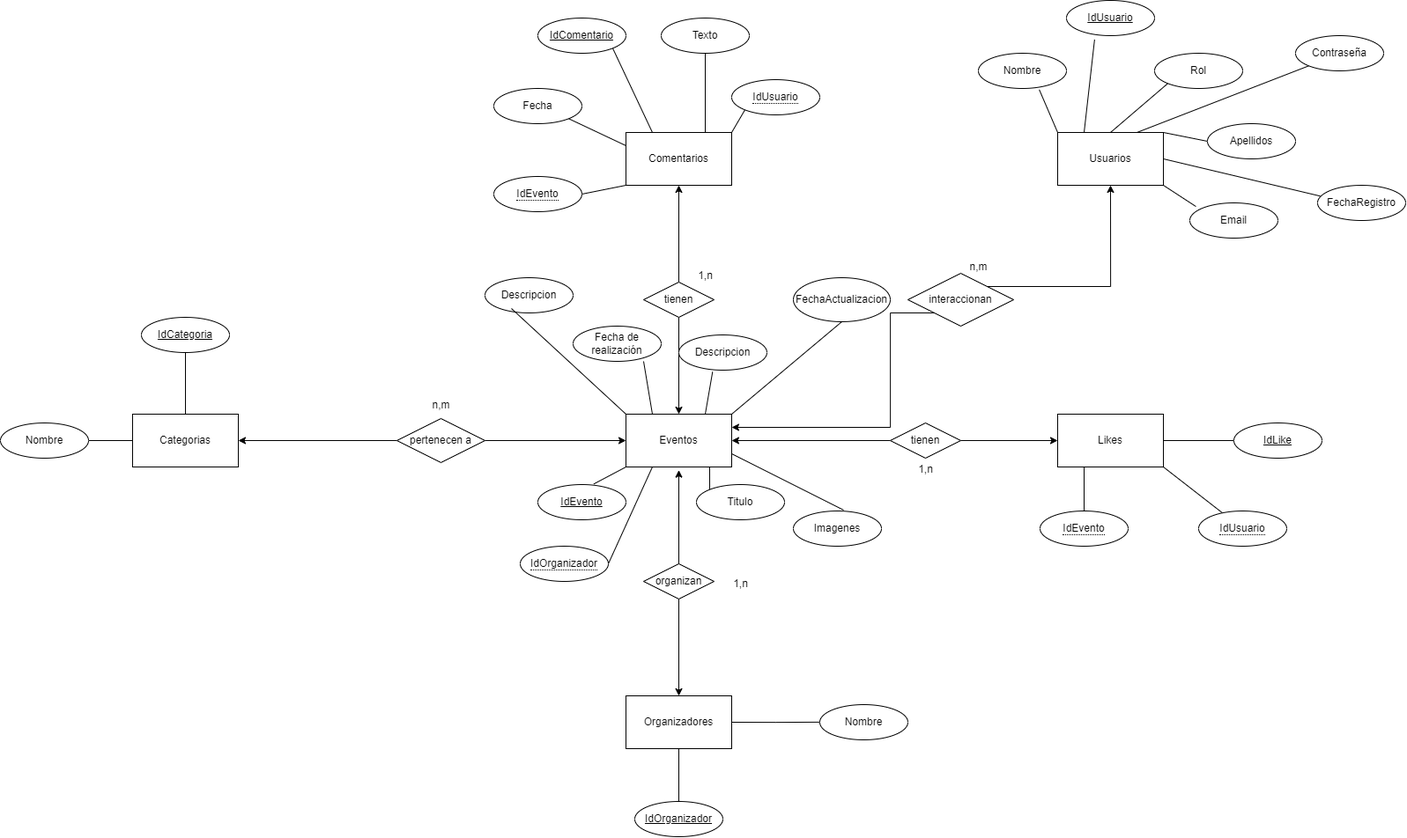
Before: BitFest.drawio.png, a diagram exported from draw.io (bibifupi/BitFest). Source tidied: cells renumbered, new cells last; positions are measured from the earlier drawing's top-left corner, leaving out a move shared by most shapes.
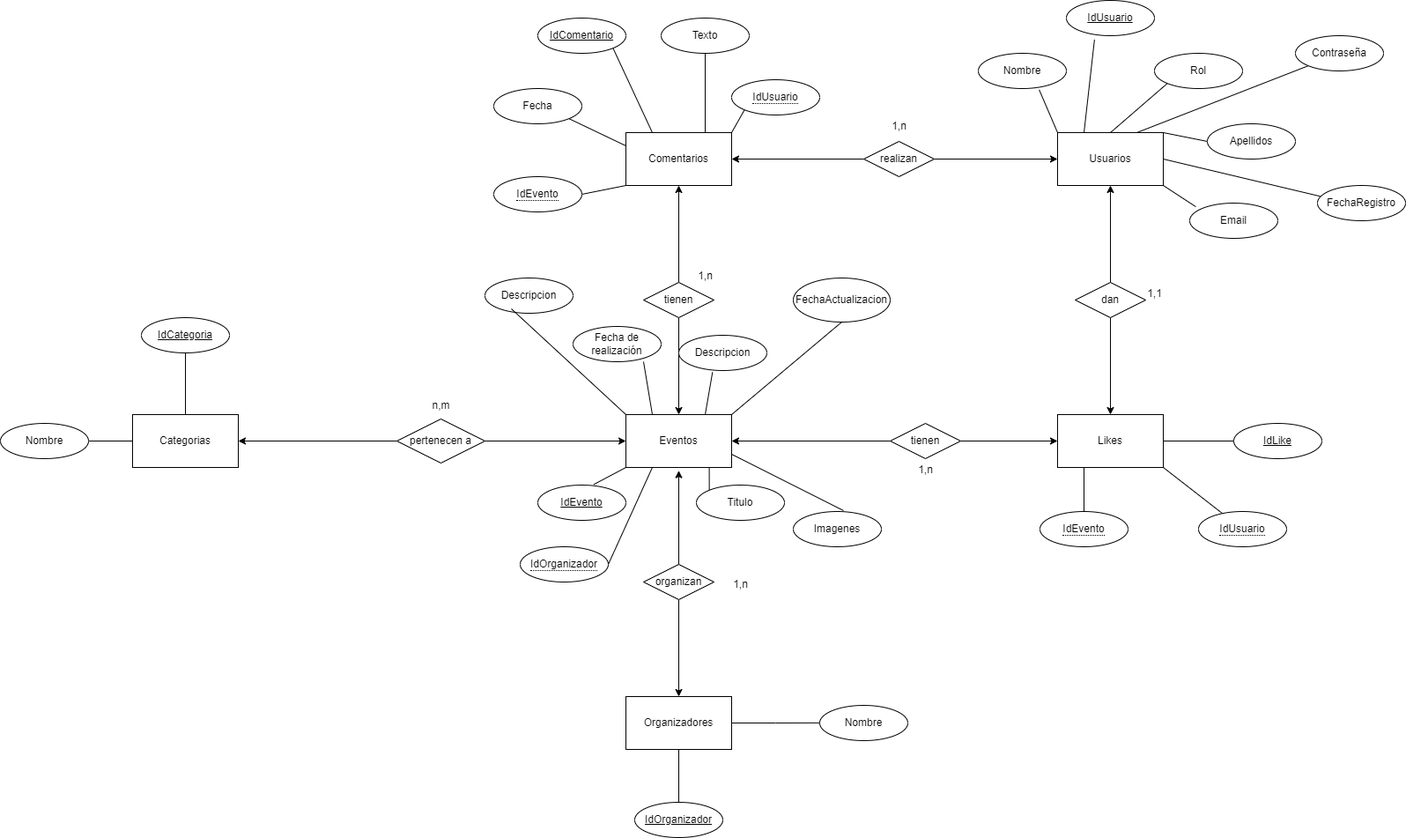
Later version of the same file.

Diff of the diagram source:
```diff
@@ -220,20 +220,6 @@
     <mxCell id="73" value="&lt;span style=&quot;border-bottom: 1px dotted&quot;&gt;IdEvento&lt;/span&gt;" style="ellipse;whiteSpace=wrap;html=1;align=center;" parent="1" vertex="1">
       <mxGeometry x="1180" y="580" width="100" height="40" as="geometry" />
     </mxCell>
-    <mxCell id="74" style="edgeStyle=orthogonalEdgeStyle;rounded=0;jettySize=auto;html=1;exitX=1;exitY=0;exitDx=0;exitDy=0;entryX=0.5;entryY=1;entryDx=0;entryDy=0;" parent="1" edge="1" source="76" target="5">
-      <mxGeometry relative="1" as="geometry" />
-    </mxCell>
-    <mxCell id="75" style="edgeStyle=orthogonalEdgeStyle;rounded=0;jettySize=auto;html=1;exitX=0;exitY=1;exitDx=0;exitDy=0;entryX=1;entryY=0.25;entryDx=0;entryDy=0;" parent="1" edge="1" source="76" target="9">
-      <mxGeometry relative="1" as="geometry">
-        <Array as="points">
-          <mxPoint x="1010" y="355" />
-          <mxPoint x="1010" y="485" />
-        </Array>
-      </mxGeometry>
-    </mxCell>
-    <mxCell id="76" value="interaccionan" style="shape=rhombus;perimeter=rhombusPerimeter;whiteSpace=wrap;html=1;align=center;" parent="1" vertex="1">
-      <mxGeometry x="1030" y="310" width="120" height="60" as="geometry" />
-    </mxCell>
     <mxCell id="77" value="n,m" style="text;html=1;align=center;verticalAlign=middle;strokeColor=none;fillColor=none;" parent="1" vertex="1">
       <mxGeometry x="480" y="445" width="40" height="30" as="geometry" />
     </mxCell>
@@ -246,8 +232,29 @@
     <mxCell id="80" value="1,n" style="text;html=1;align=center;verticalAlign=middle;strokeColor=none;fillColor=none;" parent="1" vertex="1">
       <mxGeometry x="780" y="298" width="40" height="30" as="geometry" />
     </mxCell>
-    <mxCell id="81" value="n,m" style="text;html=1;align=center;verticalAlign=middle;strokeColor=none;fillColor=none;" parent="1" vertex="1">
-      <mxGeometry x="1090" y="288" width="40" height="30" as="geometry" />
-    </mxCell>
+    <mxCell id="82" style="edgeStyle=orthogonalEdgeStyle;rounded=0;jettySize=auto;html=1;exitX=1;exitY=0.5;exitDx=0;exitDy=0;" parent="1" edge="1" source="84" target="5">
+      <mxGeometry relative="1" as="geometry" />
+    </mxCell>
+    <mxCell id="83" style="edgeStyle=orthogonalEdgeStyle;rounded=0;jettySize=auto;html=1;exitX=0;exitY=0.5;exitDx=0;exitDy=0;entryX=1;entryY=0.5;entryDx=0;entryDy=0;" parent="1" edge="1" source="84" target="19">
+      <mxGeometry relative="1" as="geometry" />
+    </mxCell>
+    <mxCell id="84" value="realizan" style="rhombus;whiteSpace=wrap;html=1;" parent="1" vertex="1">
+      <mxGeometry x="980" y="160" width="80" height="40" as="geometry" />
+    </mxCell>
+    <mxCell id="85" value="1,n" style="text;html=1;align=center;verticalAlign=middle;strokeColor=none;fillColor=none;" parent="1" vertex="1">
+      <mxGeometry x="1000" y="128" width="40" height="30" as="geometry" />
+    </mxCell>
+    <mxCell id="86" style="edgeStyle=orthogonalEdgeStyle;rounded=0;jettySize=auto;html=1;exitX=0.5;exitY=0;exitDx=0;exitDy=0;entryX=0.5;entryY=1;entryDx=0;entryDy=0;" parent="1" edge="1" source="88" target="5">
+      <mxGeometry relative="1" as="geometry" />
+    </mxCell>
+    <mxCell id="87" style="edgeStyle=orthogonalEdgeStyle;rounded=0;jettySize=auto;html=1;exitX=0.5;exitY=1;exitDx=0;exitDy=0;entryX=0.5;entryY=0;entryDx=0;entryDy=0;" parent="1" edge="1" source="88" target="13">
+      <mxGeometry relative="1" as="geometry" />
+    </mxCell>
+    <mxCell id="88" value="dan" style="rhombus;whiteSpace=wrap;html=1;" parent="1" vertex="1">
+      <mxGeometry x="1220" y="320" width="80" height="40" as="geometry" />
+    </mxCell>
+    <mxCell id="89" value="1,1" style="text;html=1;align=center;verticalAlign=middle;strokeColor=none;fillColor=none;" parent="1" vertex="1">
+      <mxGeometry x="1290" y="318" width="40" height="30" as="geometry" />
+    </mxCell>
   </root>
 </mxGraphModel>
```
